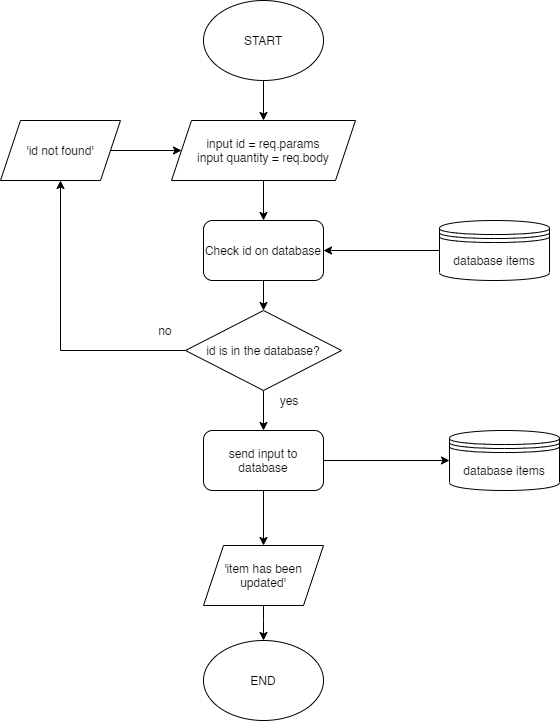
Above: flowchart cart - put.png in f-chilmi/express-backend (draw.io), before the change. Source tidied: cells renumbered, new cells last; positions are measured from the earlier drawing's top-left corner, leaving out a move shared by most shapes.
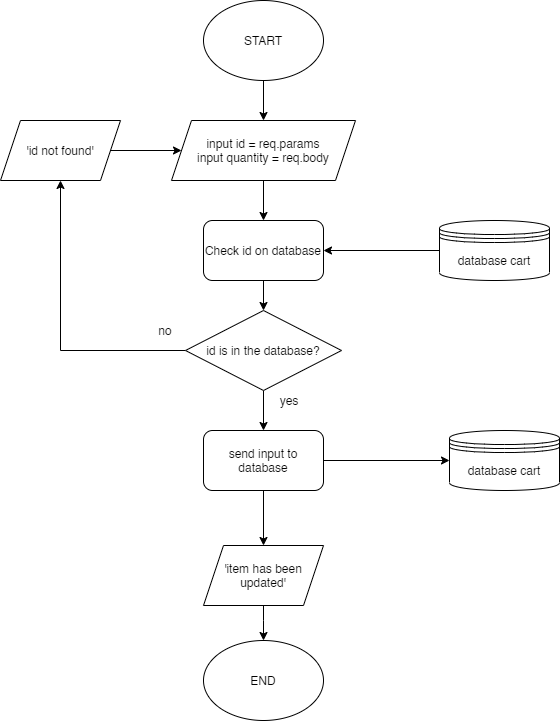
After the commit.

The edit, as a diff of the source:
```diff
@@ -34,7 +34,7 @@
     <mxCell id="10" value="'item has been updated'" style="shape=parallelogram;perimeter=parallelogramPerimeter;whiteSpace=wrap;html=1;fixedSize=1;" parent="1" vertex="1">
       <mxGeometry x="203" y="545" width="120" height="60" as="geometry" />
     </mxCell>
-    <mxCell id="11" value="database items" style="shape=datastore;whiteSpace=wrap;html=1;" parent="1" vertex="1">
+    <mxCell id="11" value="database cart" style="shape=datastore;whiteSpace=wrap;html=1;" parent="1" vertex="1">
       <mxGeometry x="449" y="430" width="110" height="60" as="geometry" />
     </mxCell>
     <mxCell id="12" value="END" style="ellipse;whiteSpace=wrap;html=1;" parent="1" vertex="1">
@@ -49,7 +49,7 @@
     <mxCell id="15" style="edgeStyle=orthogonalEdgeStyle;rounded=0;jettySize=auto;html=1;entryX=1;entryY=0.5;entryDx=0;entryDy=0;" parent="1" edge="1" source="16" target="14">
       <mxGeometry relative="1" as="geometry" />
     </mxCell>
-    <mxCell id="16" value="database items" style="shape=datastore;whiteSpace=wrap;html=1;" parent="1" vertex="1">
+    <mxCell id="16" value="database cart" style="shape=datastore;whiteSpace=wrap;html=1;" parent="1" vertex="1">
       <mxGeometry x="439" y="220" width="110" height="60" as="geometry" />
     </mxCell>
     <mxCell id="17" style="edgeStyle=orthogonalEdgeStyle;rounded=0;jettySize=auto;html=1;entryX=0.5;entryY=1;entryDx=0;entryDy=0;" parent="1" edge="1" source="19" target="21">
```
